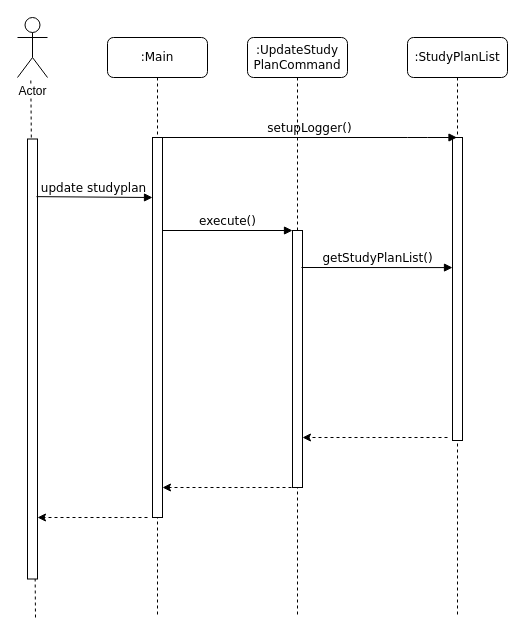
Above: docs/images/getStudyPlanListSequenceDiagram.drawio in sliu107/tp (draw.io), before the change. Source tidied: cells renumbered, new cells numbered last; positions are measured from the earlier drawing's top-left corner, leaving out a move shared by most shapes. Both pictures are drawn from the tidied source at 100%, with x=0, y=0 at pixel (17, 17).
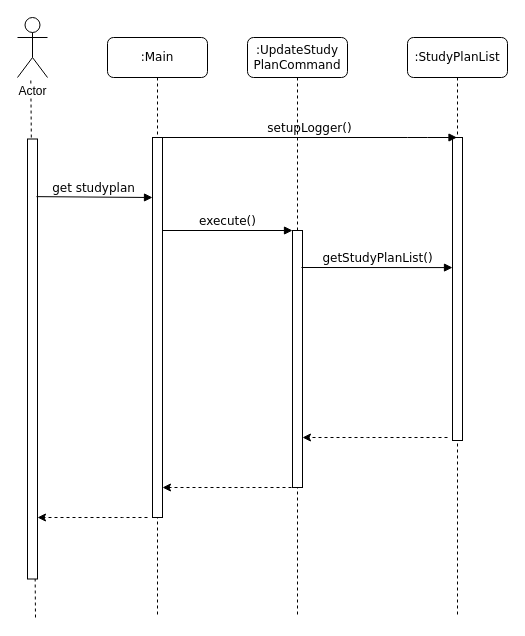
Above is the later version.

Commit message (it also covers changes not shown here):
Update get study plan sequence diagram

Unchanged cells that the change refers to:
```xml
<mxCell id="15" style="html=1;points=[];perimeter=orthogonalPerimeter;rounded=0;shadow=0;comic=0;labelBackgroundColor=none;strokeWidth=1;fontFamily=Verdana;fontSize=12;align=center;" parent="1" vertex="1">
  <mxGeometry x="10" y="121.5" width="10" height="440" as="geometry" />
</mxCell>
```

Change to the diagram source:
```diff
@@
-    <mxCell id="17" value="update studyplan" style="html=1;verticalAlign=bottom;endArrow=block;entryX=0;entryY=0;labelBackgroundColor=none;fontFamily=Verdana;fontSize=12;edgeStyle=elbowEdgeStyle;elbow=vertical;exitX=0.9;exitY=0.131;exitDx=0;exitDy=0;exitPerimeter=0;" parent="1" edge="1" source="15">
+    <mxCell id="17" value="get studyplan" style="html=1;verticalAlign=bottom;endArrow=block;entryX=0;entryY=0;labelBackgroundColor=none;fontFamily=Verdana;fontSize=12;edgeStyle=elbowEdgeStyle;elbow=vertical;exitX=0.9;exitY=0.131;exitDx=0;exitDy=0;exitPerimeter=0;" parent="1" edge="1" source="15">
       <mxGeometry relative="1" as="geometry">
         <mxPoint x="135" y="180" as="targetPoint" />
       </mxGeometry>
     </mxCell>
```
